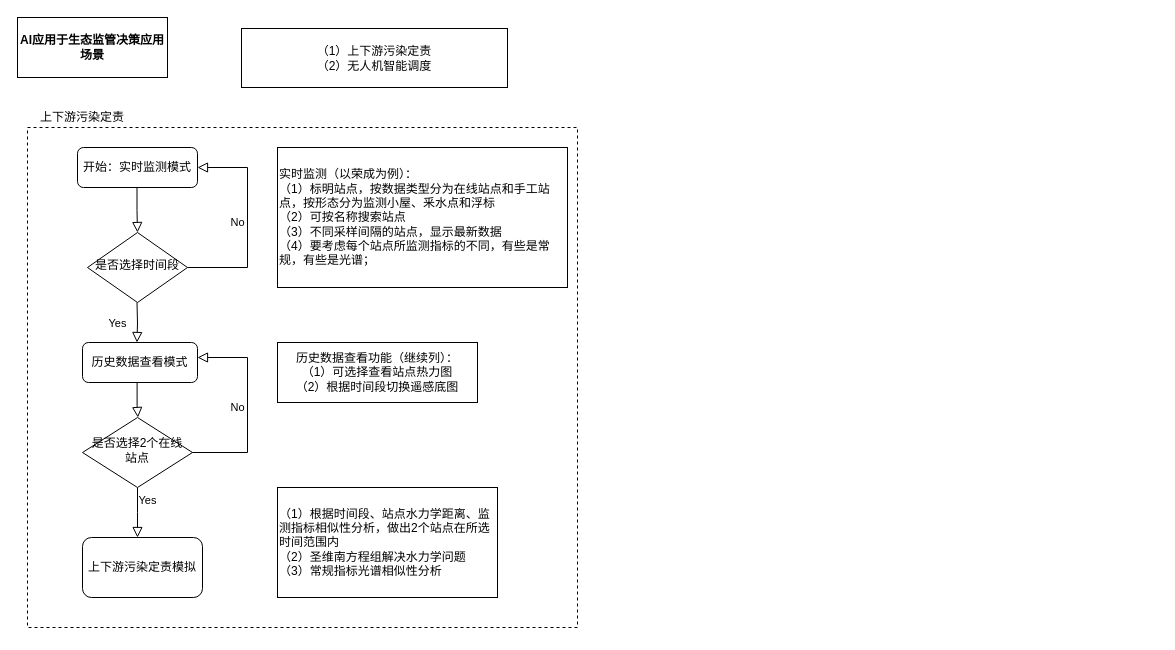
Before: ai_compitation.drawio in chbambooshoot/digram, a draw.io diagram. Source tidied: cells renumbered, new cells numbered last; positions are measured from the earlier drawing's top-left corner, leaving out a move shared by most shapes. Both pictures are drawn from the tidied source at 100%, with x=0, y=0 at pixel (17, 17).
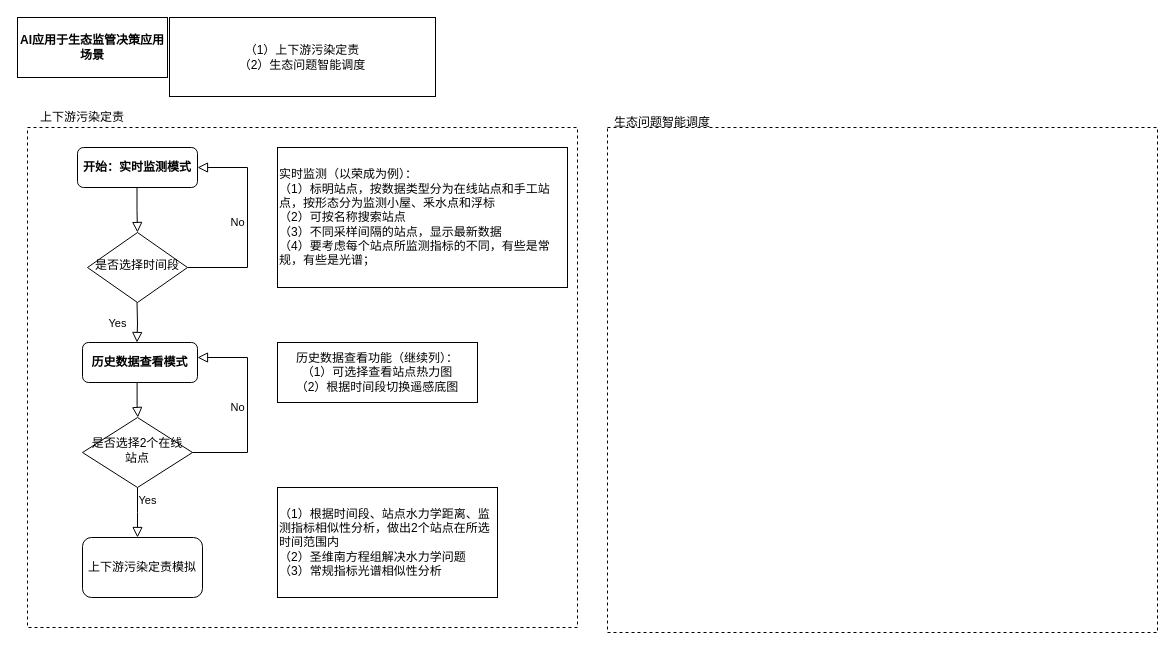
Above is the later version.

The edit, as a diff of the source:
```diff
@@
-    <mxCell id="3" value="开始：实时监测模式" style="rounded=1;whiteSpace=wrap;html=1;fontSize=12;glass=0;strokeWidth=1;shadow=0;" parent="1" vertex="1">
+    <mxCell id="3" value="开始：实时监测模式" style="rounded=1;whiteSpace=wrap;html=1;fontSize=12;glass=0;strokeWidth=1;shadow=0;fontStyle=1;" parent="1" vertex="1">
       <mxGeometry x="60" y="130" width="120" height="40" as="geometry" />
     </mxCell>
@@
-    <mxCell id="7" value="（1）上下游污染定责&lt;br&gt;（2）无人机智能调度" style="rounded=0;whiteSpace=wrap;html=1;" parent="1" vertex="1">
-      <mxGeometry x="224" y="11" width="266" height="59" as="geometry" />
+    <mxCell id="7" value="（1）上下游污染定责&lt;br&gt;（2）生态问题智能调度" style="rounded=0;whiteSpace=wrap;html=1;" parent="1" vertex="1">
+      <mxGeometry x="152" width="266" height="79" as="geometry" />
     </mxCell>
@@
-    <mxCell id="11" value="历史数据查看模式" style="rounded=1;whiteSpace=wrap;html=1;" parent="1" vertex="1">
+    <mxCell id="11" value="历史数据查看模式" style="rounded=1;whiteSpace=wrap;html=1;fontStyle=1;" parent="1" vertex="1">
       <mxGeometry x="65" y="325" width="115" height="40" as="geometry" />
     </mxCell>
@@
+    <mxCell id="20" style="rounded=0;whiteSpace=wrap;html=1;fillColor=none;dashed=1;" parent="1" vertex="1">
+      <mxGeometry x="590" y="110" width="550" height="505" as="geometry" />
+    </mxCell>
+    <mxCell id="21" value="生态问题智能调度" style="text;html=1;strokeColor=none;fillColor=none;align=center;verticalAlign=middle;whiteSpace=wrap;rounded=0;dashed=1;" parent="1" vertex="1">
+      <mxGeometry x="590" y="95" width="110" height="20" as="geometry" />
+    </mxCell>
```
